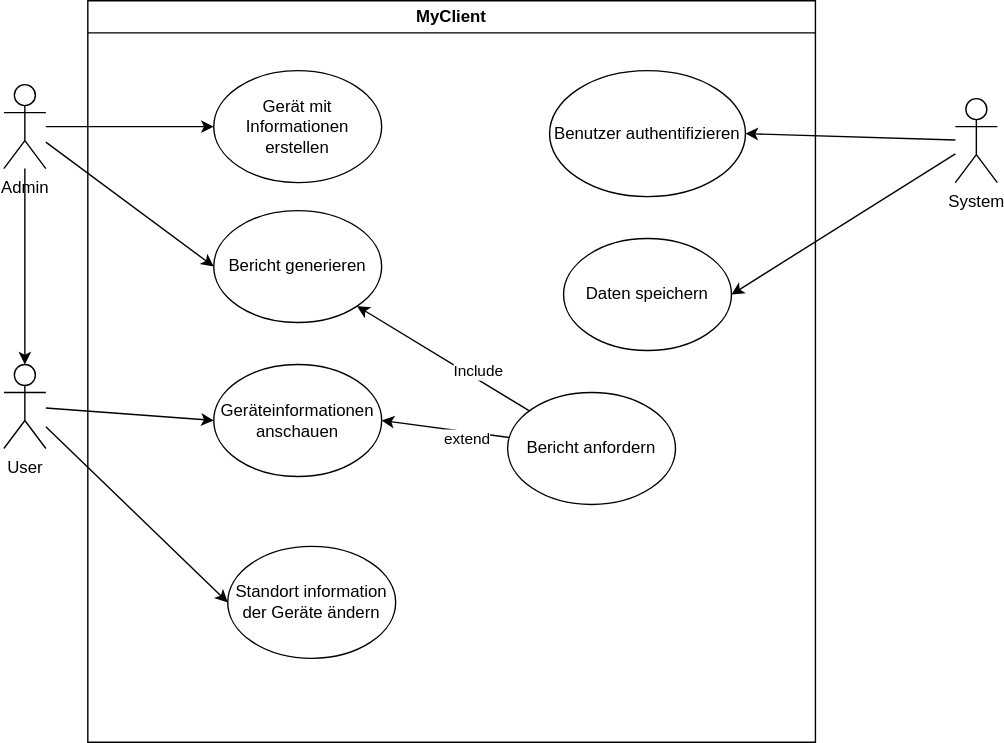
This is doc/figures/myclient.drawio.svg from chiraant/myclient, a draw.io export, as it was before one commit. Source tidied: cells renumbered, new cells last; positions are measured from the earlier drawing's top-left corner, leaving out a move shared by most shapes. Its diagram source:
```xml
<mxGraphModel>
  <root>
    <mxCell id="0" />
    <mxCell id="1" parent="0" />
    <mxCell id="2" value="MyClient" style="swimlane;whiteSpace=wrap;html=1;" parent="1" vertex="1">
      <mxGeometry x="60" width="520" height="530" as="geometry" />
    </mxCell>
    <mxCell id="3" value="Gerät mit Informationen erstellen" style="ellipse;whiteSpace=wrap;html=1;" parent="2" vertex="1">
      <mxGeometry x="90" y="50" width="120" height="80" as="geometry" />
    </mxCell>
    <mxCell id="4" value="Geräteinformationen anschauen" style="ellipse;whiteSpace=wrap;html=1;" parent="2" vertex="1">
      <mxGeometry x="90" y="260" width="120" height="80" as="geometry" />
    </mxCell>
    <mxCell id="5" value="Benutzer authentifizieren" style="ellipse;whiteSpace=wrap;html=1;" parent="2" vertex="1">
      <mxGeometry x="330" y="50" width="140" height="90" as="geometry" />
    </mxCell>
    <mxCell id="6" value="Standort information der Geräte ändern" style="ellipse;whiteSpace=wrap;html=1;" parent="2" vertex="1">
      <mxGeometry x="100" y="390" width="120" height="80" as="geometry" />
    </mxCell>
    <mxCell id="7" value="Daten speichern" style="ellipse;whiteSpace=wrap;html=1;" parent="2" vertex="1">
      <mxGeometry x="340" y="170" width="120" height="80" as="geometry" />
    </mxCell>
    <mxCell id="8" style="edgeStyle=none;html=1;entryX=1;entryY=1;entryDx=0;entryDy=0;" parent="2" edge="1" source="12" target="13">
      <mxGeometry relative="1" as="geometry" />
    </mxCell>
    <mxCell id="9" value="Include" style="edgeLabel;html=1;align=center;verticalAlign=middle;" parent="8" vertex="1">
      <mxGeometry x="-0.36" y="-5" relative="1" as="geometry" />
    </mxCell>
    <mxCell id="10" style="edgeStyle=none;html=1;entryX=1;entryY=0.5;entryDx=0;entryDy=0;" parent="2" edge="1" source="12" target="4">
      <mxGeometry relative="1" as="geometry" />
    </mxCell>
    <mxCell id="11" value="extend" style="edgeLabel;html=1;align=center;verticalAlign=middle;" parent="10" vertex="1">
      <mxGeometry x="-0.34" y="4" relative="1" as="geometry" />
    </mxCell>
    <mxCell id="12" value="Bericht anfordern" style="ellipse;whiteSpace=wrap;html=1;" parent="2" vertex="1">
      <mxGeometry x="300" y="280" width="120" height="80" as="geometry" />
    </mxCell>
    <mxCell id="13" value="Bericht generieren" style="ellipse;whiteSpace=wrap;html=1;" parent="2" vertex="1">
      <mxGeometry x="90" y="150" width="120" height="80" as="geometry" />
    </mxCell>
    <mxCell id="14" style="edgeStyle=none;html=1;entryX=0;entryY=0.5;entryDx=0;entryDy=0;" parent="1" edge="1" source="16" target="3">
      <mxGeometry relative="1" as="geometry" />
    </mxCell>
    <mxCell id="15" style="edgeStyle=none;html=1;entryX=0;entryY=0.5;entryDx=0;entryDy=0;" parent="1" edge="1" source="16" target="13">
      <mxGeometry relative="1" as="geometry" />
    </mxCell>
    <mxCell id="16" value="Admin" style="shape=umlActor;verticalLabelPosition=bottom;verticalAlign=top;html=1;outlineConnect=0;" parent="1" vertex="1">
      <mxGeometry y="60" width="30" height="60" as="geometry" />
    </mxCell>
    <mxCell id="17" style="edgeStyle=none;html=1;entryX=0;entryY=0.5;entryDx=0;entryDy=0;" parent="1" edge="1" source="19" target="6">
      <mxGeometry relative="1" as="geometry" />
    </mxCell>
    <mxCell id="18" style="edgeStyle=none;html=1;entryX=0;entryY=0.5;entryDx=0;entryDy=0;" parent="1" edge="1" source="19" target="4">
      <mxGeometry relative="1" as="geometry" />
    </mxCell>
    <mxCell id="19" value="User" style="shape=umlActor;verticalLabelPosition=bottom;verticalAlign=top;html=1;outlineConnect=0;" parent="1" vertex="1">
      <mxGeometry y="260" width="30" height="60" as="geometry" />
    </mxCell>
    <mxCell id="20" style="edgeStyle=none;html=1;entryX=1;entryY=0.5;entryDx=0;entryDy=0;" parent="1" edge="1" source="21" target="7">
      <mxGeometry relative="1" as="geometry" />
    </mxCell>
    <mxCell id="21" value="System" style="shape=umlActor;verticalLabelPosition=bottom;verticalAlign=top;html=1;outlineConnect=0;" parent="1" vertex="1">
      <mxGeometry x="680" y="70" width="30" height="60" as="geometry" />
    </mxCell>
    <mxCell id="22" style="endArrow=classic;html=1;entryX=1;entryY=0.5;entryDx=0;entryDy=0;" parent="1" edge="1" source="21" target="5">
      <mxGeometry relative="1" as="geometry" />
    </mxCell>
    <mxCell id="23" style="endArrow=classic;html=1;entryX=0.5;entryY=0;entryDx=0;entryDy=0;entryPerimeter=0;" parent="1" edge="1" source="16" target="19">
      <mxGeometry relative="1" as="geometry" />
    </mxCell>
  </root>
</mxGraphModel>
```
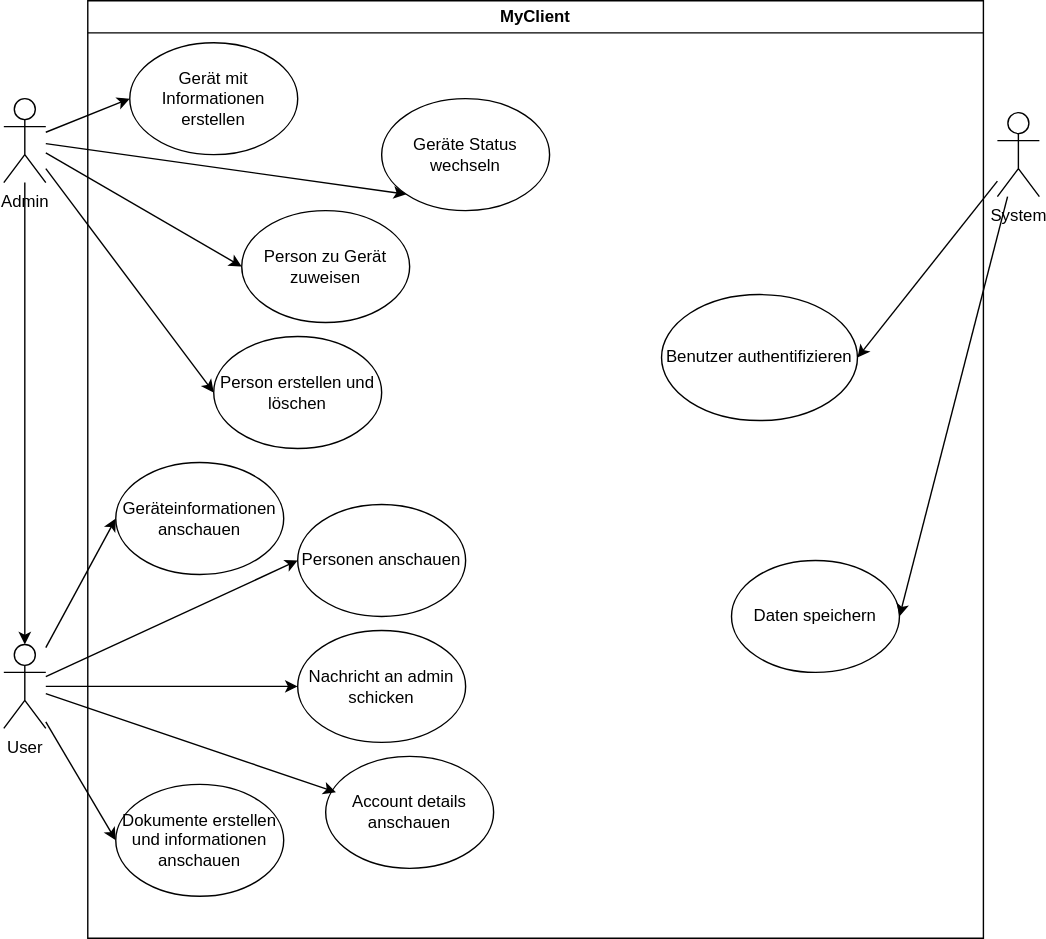
Above is the later version.

Diff of the diagram source:
```diff
@@ -3,58 +3,73 @@
     <mxCell id="0" />
     <mxCell id="1" parent="0" />
     <mxCell id="2" value="MyClient" style="swimlane;whiteSpace=wrap;html=1;" parent="1" vertex="1">
-      <mxGeometry x="60" width="520" height="530" as="geometry" />
+      <mxGeometry x="30" y="-10" width="640" height="670" as="geometry" />
     </mxCell>
     <mxCell id="3" value="Gerät mit Informationen erstellen" style="ellipse;whiteSpace=wrap;html=1;" parent="2" vertex="1">
-      <mxGeometry x="90" y="50" width="120" height="80" as="geometry" />
+      <mxGeometry x="30" y="30" width="120" height="80" as="geometry" />
     </mxCell>
     <mxCell id="4" value="Geräteinformationen anschauen" style="ellipse;whiteSpace=wrap;html=1;" parent="2" vertex="1">
-      <mxGeometry x="90" y="260" width="120" height="80" as="geometry" />
+      <mxGeometry x="20" y="330" width="120" height="80" as="geometry" />
     </mxCell>
     <mxCell id="5" value="Benutzer authentifizieren" style="ellipse;whiteSpace=wrap;html=1;" parent="2" vertex="1">
-      <mxGeometry x="330" y="50" width="140" height="90" as="geometry" />
+      <mxGeometry x="410" y="210" width="140" height="90" as="geometry" />
     </mxCell>
-    <mxCell id="6" value="Standort information der Geräte ändern" style="ellipse;whiteSpace=wrap;html=1;" parent="2" vertex="1">
-      <mxGeometry x="100" y="390" width="120" height="80" as="geometry" />
-    </mxCell>
     <mxCell id="7" value="Daten speichern" style="ellipse;whiteSpace=wrap;html=1;" parent="2" vertex="1">
-      <mxGeometry x="340" y="170" width="120" height="80" as="geometry" />
+      <mxGeometry x="460" y="400" width="120" height="80" as="geometry" />
     </mxCell>
-    <mxCell id="8" style="edgeStyle=none;html=1;entryX=1;entryY=1;entryDx=0;entryDy=0;" parent="2" edge="1" source="12" target="13">
-      <mxGeometry relative="1" as="geometry" />
-    </mxCell>
-    <mxCell id="9" value="Include" style="edgeLabel;html=1;align=center;verticalAlign=middle;" parent="8" vertex="1">
-      <mxGeometry x="-0.36" y="-5" relative="1" as="geometry" />
-    </mxCell>
-    <mxCell id="10" style="edgeStyle=none;html=1;entryX=1;entryY=0.5;entryDx=0;entryDy=0;" parent="2" edge="1" source="12" target="4">
-      <mxGeometry relative="1" as="geometry" />
-    </mxCell>
-    <mxCell id="11" value="extend" style="edgeLabel;html=1;align=center;verticalAlign=middle;" parent="10" vertex="1">
-      <mxGeometry x="-0.34" y="4" relative="1" as="geometry" />
-    </mxCell>
-    <mxCell id="12" value="Bericht anfordern" style="ellipse;whiteSpace=wrap;html=1;" parent="2" vertex="1">
-      <mxGeometry x="300" y="280" width="120" height="80" as="geometry" />
-    </mxCell>
-    <mxCell id="13" value="Bericht generieren" style="ellipse;whiteSpace=wrap;html=1;" parent="2" vertex="1">
-      <mxGeometry x="90" y="150" width="120" height="80" as="geometry" />
-    </mxCell>
+    <mxCell id="24" value="Dokumente erstellen und informationen anschauen" style="ellipse;whiteSpace=wrap;html=1;" parent="2" vertex="1">
+      <mxGeometry x="20" y="560" width="120" height="80" as="geometry" />
+    </mxCell>
+    <mxCell id="25" value="Person zu Gerät zuweisen" style="ellipse;whiteSpace=wrap;html=1;" parent="2" vertex="1">
+      <mxGeometry x="110" y="150" width="120" height="80" as="geometry" />
+    </mxCell>
+    <mxCell id="26" value="Person erstellen und löschen" style="ellipse;whiteSpace=wrap;html=1;" parent="2" vertex="1">
+      <mxGeometry x="90" y="240" width="120" height="80" as="geometry" />
+    </mxCell>
+    <mxCell id="27" value="Personen anschauen" style="ellipse;whiteSpace=wrap;html=1;" parent="2" vertex="1">
+      <mxGeometry x="150" y="360" width="120" height="80" as="geometry" />
+    </mxCell>
+    <mxCell id="28" value="Nachricht an admin schicken" style="ellipse;whiteSpace=wrap;html=1;" parent="2" vertex="1">
+      <mxGeometry x="150" y="450" width="120" height="80" as="geometry" />
+    </mxCell>
+    <mxCell id="29" value="Geräte Status wechseln" style="ellipse;whiteSpace=wrap;html=1;" parent="2" vertex="1">
+      <mxGeometry x="210" y="70" width="120" height="80" as="geometry" />
+    </mxCell>
+    <mxCell id="30" value="Account details anschauen" style="ellipse;whiteSpace=wrap;html=1;" parent="2" vertex="1">
+      <mxGeometry x="170" y="540" width="120" height="80" as="geometry" />
+    </mxCell>
     <mxCell id="14" style="edgeStyle=none;html=1;entryX=0;entryY=0.5;entryDx=0;entryDy=0;" parent="1" edge="1" source="16" target="3">
       <mxGeometry relative="1" as="geometry" />
     </mxCell>
-    <mxCell id="15" style="edgeStyle=none;html=1;entryX=0;entryY=0.5;entryDx=0;entryDy=0;" parent="1" edge="1" source="16" target="13">
+    <mxCell id="15" style="edgeStyle=none;html=1;entryX=0;entryY=0.5;entryDx=0;entryDy=0;" parent="1" edge="1" source="16" target="25">
       <mxGeometry relative="1" as="geometry" />
     </mxCell>
+    <mxCell id="31" style="edgeStyle=none;html=1;entryX=0;entryY=0.5;entryDx=0;entryDy=0;" parent="1" edge="1" source="16" target="26">
+      <mxGeometry relative="1" as="geometry" />
+    </mxCell>
+    <mxCell id="32" style="edgeStyle=none;html=1;entryX=0;entryY=1;entryDx=0;entryDy=0;" parent="1" edge="1" source="16" target="29">
+      <mxGeometry relative="1" as="geometry" />
+    </mxCell>
     <mxCell id="16" value="Admin" style="shape=umlActor;verticalLabelPosition=bottom;verticalAlign=top;html=1;outlineConnect=0;" parent="1" vertex="1">
-      <mxGeometry y="60" width="30" height="60" as="geometry" />
+      <mxGeometry x="-30" y="60" width="30" height="60" as="geometry" />
     </mxCell>
-    <mxCell id="17" style="edgeStyle=none;html=1;entryX=0;entryY=0.5;entryDx=0;entryDy=0;" parent="1" edge="1" source="19" target="6">
+    <mxCell id="17" style="edgeStyle=none;html=1;entryX=0;entryY=0.5;entryDx=0;entryDy=0;" parent="1" edge="1" source="19" target="24">
       <mxGeometry relative="1" as="geometry" />
     </mxCell>
     <mxCell id="18" style="edgeStyle=none;html=1;entryX=0;entryY=0.5;entryDx=0;entryDy=0;" parent="1" edge="1" source="19" target="4">
       <mxGeometry relative="1" as="geometry" />
     </mxCell>
+    <mxCell id="33" style="edgeStyle=none;html=1;entryX=0;entryY=0.5;entryDx=0;entryDy=0;" parent="1" edge="1" source="19" target="27">
+      <mxGeometry relative="1" as="geometry" />
+    </mxCell>
+    <mxCell id="34" style="edgeStyle=none;html=1;entryX=0;entryY=0.5;entryDx=0;entryDy=0;" parent="1" edge="1" source="19" target="28">
+      <mxGeometry relative="1" as="geometry" />
+    </mxCell>
+    <mxCell id="35" style="edgeStyle=none;html=1;entryX=0.061;entryY=0.321;entryDx=0;entryDy=0;entryPerimeter=0;" parent="1" edge="1" source="19" target="30">
+      <mxGeometry relative="1" as="geometry" />
+    </mxCell>
     <mxCell id="19" value="User" style="shape=umlActor;verticalLabelPosition=bottom;verticalAlign=top;html=1;outlineConnect=0;" parent="1" vertex="1">
-      <mxGeometry y="260" width="30" height="60" as="geometry" />
+      <mxGeometry x="-30" y="450" width="30" height="60" as="geometry" />
     </mxCell>
     <mxCell id="20" style="edgeStyle=none;html=1;entryX=1;entryY=0.5;entryDx=0;entryDy=0;" parent="1" edge="1" source="21" target="7">
       <mxGeometry relative="1" as="geometry" />
```
